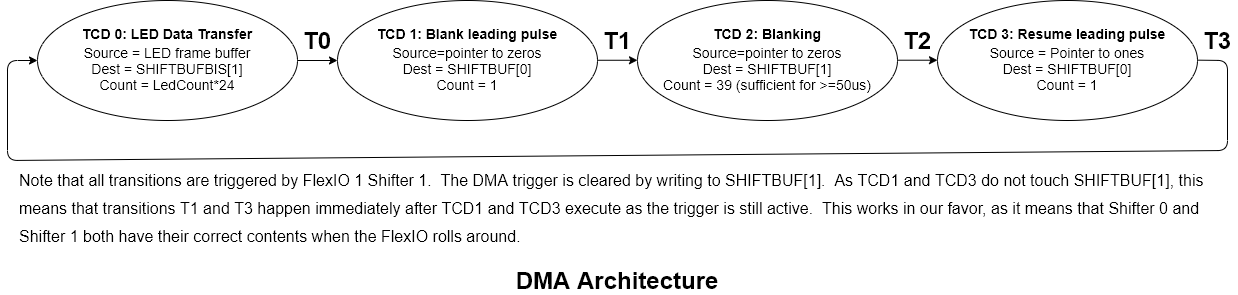
Earlier version of the draw.io export Docs/DMA.png (wramsdell/TriantaduoWS2811). Source tidied: cells renumbered, new cells last; positions are measured from the earlier drawing's top-left corner, leaving out a move shared by most shapes. The source it was exported from:
```xml
<mxGraphModel>
  <root>
    <mxCell id="0" />
    <mxCell id="1" parent="0" />
    <mxCell id="2" value="DMA Architecture" style="text;html=1;strokeColor=none;fillColor=none;align=center;verticalAlign=middle;whiteSpace=wrap;rounded=0;fontStyle=1;fontSize=24;" parent="1" vertex="1">
      <mxGeometry x="450" y="270" width="320" height="20" as="geometry" />
    </mxCell>
    <mxCell id="3" value="&lt;div style=&quot;text-align: left&quot;&gt;&lt;br&gt;&lt;/div&gt;" style="ellipse;whiteSpace=wrap;html=1;fillColor=none;fontSize=24;align=center;" parent="1" vertex="1">
      <mxGeometry x="30" width="260" height="120" as="geometry" />
    </mxCell>
    <mxCell id="4" value="&lt;div style=&quot;font-size: 24px&quot;&gt;&lt;span style=&quot;font-size: 14px&quot;&gt;TCD 0: LED Data Transfer&lt;/span&gt;&lt;/div&gt;&lt;span style=&quot;font-weight: 400&quot;&gt;&lt;div&gt;&lt;span&gt;Source = LED frame buffer&lt;/span&gt;&lt;/div&gt;&lt;/span&gt;&lt;span style=&quot;font-weight: 400&quot;&gt;&lt;div&gt;&lt;span&gt;Dest = SHIFTBUFBIS[1]&lt;/span&gt;&lt;/div&gt;&lt;div&gt;&lt;span&gt;Count = LedCount*24&lt;/span&gt;&lt;/div&gt;&lt;/span&gt;" style="text;html=1;strokeColor=none;fillColor=none;align=center;verticalAlign=middle;whiteSpace=wrap;rounded=0;fontStyle=1;fontSize=14;" parent="1" vertex="1">
      <mxGeometry x="65" y="10" width="190" height="90" as="geometry" />
    </mxCell>
    <mxCell id="5" value="&lt;div style=&quot;text-align: left&quot;&gt;&lt;br&gt;&lt;/div&gt;" style="ellipse;whiteSpace=wrap;html=1;fillColor=none;fontSize=24;align=center;" parent="1" vertex="1">
      <mxGeometry x="330" width="260" height="120" as="geometry" />
    </mxCell>
    <mxCell id="6" value="&lt;div style=&quot;font-size: 24px&quot;&gt;&lt;span style=&quot;font-size: 14px&quot;&gt;TCD 1: Blank leading pulse&lt;/span&gt;&lt;/div&gt;&lt;span style=&quot;font-weight: 400&quot;&gt;&lt;div&gt;&lt;span&gt;Source=pointer to zeros&lt;/span&gt;&lt;/div&gt;&lt;/span&gt;&lt;span style=&quot;font-weight: 400&quot;&gt;&lt;div&gt;&lt;span&gt;Dest = SHIFTBUF[0]&lt;/span&gt;&lt;/div&gt;&lt;div&gt;&lt;span&gt;Count = 1&lt;/span&gt;&lt;/div&gt;&lt;/span&gt;" style="text;html=1;strokeColor=none;fillColor=none;align=center;verticalAlign=middle;whiteSpace=wrap;rounded=0;fontStyle=1;fontSize=14;" parent="1" vertex="1">
      <mxGeometry x="365" y="10" width="190" height="90" as="geometry" />
    </mxCell>
    <mxCell id="7" value="&lt;div style=&quot;text-align: left&quot;&gt;&lt;br&gt;&lt;/div&gt;" style="ellipse;whiteSpace=wrap;html=1;fillColor=none;fontSize=24;align=center;" parent="1" vertex="1">
      <mxGeometry x="630" width="260" height="120" as="geometry" />
    </mxCell>
    <mxCell id="8" value="&lt;div style=&quot;font-size: 24px&quot;&gt;&lt;span style=&quot;font-size: 14px&quot;&gt;TCD 2: Blanking&lt;/span&gt;&lt;/div&gt;&lt;span style=&quot;font-weight: 400&quot;&gt;&lt;div&gt;&lt;span&gt;Source=pointer to zeros&lt;/span&gt;&lt;/div&gt;&lt;/span&gt;&lt;span style=&quot;font-weight: 400&quot;&gt;&lt;div&gt;&lt;span&gt;Dest = SHIFTBUF[1]&lt;/span&gt;&lt;/div&gt;&lt;div&gt;&lt;span&gt;Count = 39 (sufficient for &amp;gt;=50us)&lt;/span&gt;&lt;/div&gt;&lt;/span&gt;" style="text;html=1;strokeColor=none;fillColor=none;align=center;verticalAlign=middle;whiteSpace=wrap;rounded=0;fontStyle=1;fontSize=14;" parent="1" vertex="1">
      <mxGeometry x="640" y="10" width="240" height="90" as="geometry" />
    </mxCell>
    <mxCell id="9" value="&lt;div style=&quot;text-align: left&quot;&gt;&lt;br&gt;&lt;/div&gt;" style="ellipse;whiteSpace=wrap;html=1;fillColor=none;fontSize=24;align=center;" parent="1" vertex="1">
      <mxGeometry x="930" width="260" height="120" as="geometry" />
    </mxCell>
    <mxCell id="10" value="&lt;div style=&quot;font-size: 24px&quot;&gt;&lt;span style=&quot;font-size: 14px&quot;&gt;TCD 3: Resume leading pulse&lt;/span&gt;&lt;/div&gt;&lt;span style=&quot;font-weight: 400&quot;&gt;&lt;div&gt;&lt;span&gt;Source = Pointer to ones&lt;/span&gt;&lt;/div&gt;&lt;/span&gt;&lt;span style=&quot;font-weight: 400&quot;&gt;&lt;div&gt;&lt;span&gt;Dest = SHIFTBUF[0]&lt;/span&gt;&lt;/div&gt;&lt;div&gt;&lt;span&gt;Count = 1&lt;/span&gt;&lt;/div&gt;&lt;/span&gt;" style="text;html=1;strokeColor=none;fillColor=none;align=center;verticalAlign=middle;whiteSpace=wrap;rounded=0;fontStyle=1;fontSize=14;" parent="1" vertex="1">
      <mxGeometry x="940" y="10" width="240" height="90" as="geometry" />
    </mxCell>
    <mxCell id="11" style="endArrow=classic;html=1;fontSize=24;entryX=0;entryY=0.5;entryDx=0;entryDy=0;" parent="1" edge="1" target="5">
      <mxGeometry relative="1" as="geometry">
        <mxPoint x="290" y="60" as="sourcePoint" />
      </mxGeometry>
    </mxCell>
    <mxCell id="12" style="endArrow=classic;html=1;fontSize=24;entryX=0;entryY=0.5;entryDx=0;entryDy=0;" parent="1" edge="1">
      <mxGeometry relative="1" as="geometry">
        <mxPoint x="590" y="59.8" as="sourcePoint" />
        <mxPoint x="630" y="59.8" as="targetPoint" />
      </mxGeometry>
    </mxCell>
    <mxCell id="13" style="endArrow=classic;html=1;fontSize=24;entryX=0;entryY=0.5;entryDx=0;entryDy=0;" parent="1" edge="1">
      <mxGeometry relative="1" as="geometry">
        <mxPoint x="890" y="59.7" as="sourcePoint" />
        <mxPoint x="930" y="59.7" as="targetPoint" />
      </mxGeometry>
    </mxCell>
    <mxCell id="14" style="endArrow=classic;html=1;fontSize=24;entryX=0;entryY=0.5;entryDx=0;entryDy=0;" parent="1" edge="1" target="3">
      <mxGeometry relative="1" as="geometry">
        <mxPoint x="1190" y="59.7" as="sourcePoint" />
        <Array as="points">
          <mxPoint x="1220" y="60" />
          <mxPoint x="1220" y="150" />
          <mxPoint y="160" />
          <mxPoint y="60" />
        </Array>
      </mxGeometry>
    </mxCell>
    <mxCell id="15" value="T0" style="text;html=1;strokeColor=none;fillColor=none;align=center;verticalAlign=middle;whiteSpace=wrap;rounded=0;fontStyle=1;fontSize=24;" parent="1" vertex="1">
      <mxGeometry x="290" y="30" width="40" height="20" as="geometry" />
    </mxCell>
    <mxCell id="16" value="T1" style="text;html=1;strokeColor=none;fillColor=none;align=center;verticalAlign=middle;whiteSpace=wrap;rounded=0;fontStyle=1;fontSize=24;" parent="1" vertex="1">
      <mxGeometry x="590" y="30" width="40" height="20" as="geometry" />
    </mxCell>
    <mxCell id="17" value="T2" style="text;html=1;strokeColor=none;fillColor=none;align=center;verticalAlign=middle;whiteSpace=wrap;rounded=0;fontStyle=1;fontSize=24;" parent="1" vertex="1">
      <mxGeometry x="890" y="30" width="40" height="20" as="geometry" />
    </mxCell>
    <mxCell id="18" value="T3" style="text;html=1;strokeColor=none;fillColor=none;align=center;verticalAlign=middle;whiteSpace=wrap;rounded=0;fontStyle=1;fontSize=24;" parent="1" vertex="1">
      <mxGeometry x="1190" y="30" width="40" height="20" as="geometry" />
    </mxCell>
    <mxCell id="19" value="&lt;span style=&quot;font-weight: normal&quot;&gt;&lt;font style=&quot;font-size: 16px&quot;&gt;Note that all transitions are triggered by FlexIO 1 Shifter 1.&amp;nbsp; The DMA trigger is cleared by writing to SHIFTBUF[1].&amp;nbsp; As TCD1 and TCD3 do not touch SHIFTBUF[1], this means that transitions T1 and T3 happen immediately after TCD1 and TCD3 execute as the trigger is still active.&amp;nbsp; This works in our favor, as it means that Shifter 0 and Shifter 1 both have their correct contents when the FlexIO rolls around.&amp;nbsp;&lt;/font&gt;&lt;/span&gt;" style="text;html=1;strokeColor=none;fillColor=none;align=left;verticalAlign=middle;whiteSpace=wrap;rounded=0;fontStyle=1;fontSize=24;" parent="1" vertex="1">
      <mxGeometry x="10" y="160" width="1200" height="90" as="geometry" />
    </mxCell>
  </root>
</mxGraphModel>
```
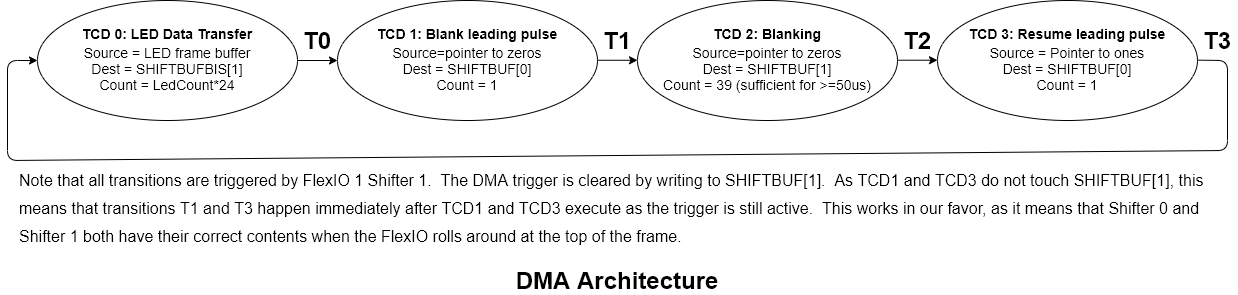
Later version of the same file.

Diff of the diagram source:
```diff
@@ -69,7 +69,7 @@
     <mxCell id="18" value="T3" style="text;html=1;strokeColor=none;fillColor=none;align=center;verticalAlign=middle;whiteSpace=wrap;rounded=0;fontStyle=1;fontSize=24;" parent="1" vertex="1">
       <mxGeometry x="1190" y="30" width="40" height="20" as="geometry" />
     </mxCell>
-    <mxCell id="19" value="&lt;span style=&quot;font-weight: normal&quot;&gt;&lt;font style=&quot;font-size: 16px&quot;&gt;Note that all transitions are triggered by FlexIO 1 Shifter 1.&amp;nbsp; The DMA trigger is cleared by writing to SHIFTBUF[1].&amp;nbsp; As TCD1 and TCD3 do not touch SHIFTBUF[1], this means that transitions T1 and T3 happen immediately after TCD1 and TCD3 execute as the trigger is still active.&amp;nbsp; This works in our favor, as it means that Shifter 0 and Shifter 1 both have their correct contents when the FlexIO rolls around.&amp;nbsp;&lt;/font&gt;&lt;/span&gt;" style="text;html=1;strokeColor=none;fillColor=none;align=left;verticalAlign=middle;whiteSpace=wrap;rounded=0;fontStyle=1;fontSize=24;" parent="1" vertex="1">
+    <mxCell id="19" value="&lt;span style=&quot;font-weight: normal&quot;&gt;&lt;font style=&quot;font-size: 16px&quot;&gt;Note that all transitions are triggered by FlexIO 1 Shifter 1.&amp;nbsp; The DMA trigger is cleared by writing to SHIFTBUF[1].&amp;nbsp; As TCD1 and TCD3 do not touch SHIFTBUF[1], this means that transitions T1 and T3 happen immediately after TCD1 and TCD3 execute as the trigger is still active.&amp;nbsp; This works in our favor, as it means that Shifter 0 and Shifter 1 both have their correct contents when the FlexIO rolls around at the top of the frame.&amp;nbsp;&lt;/font&gt;&lt;/span&gt;" style="text;html=1;strokeColor=none;fillColor=none;align=left;verticalAlign=middle;whiteSpace=wrap;rounded=0;fontStyle=1;fontSize=24;" parent="1" vertex="1">
       <mxGeometry x="10" y="160" width="1200" height="90" as="geometry" />
     </mxCell>
   </root>
```
